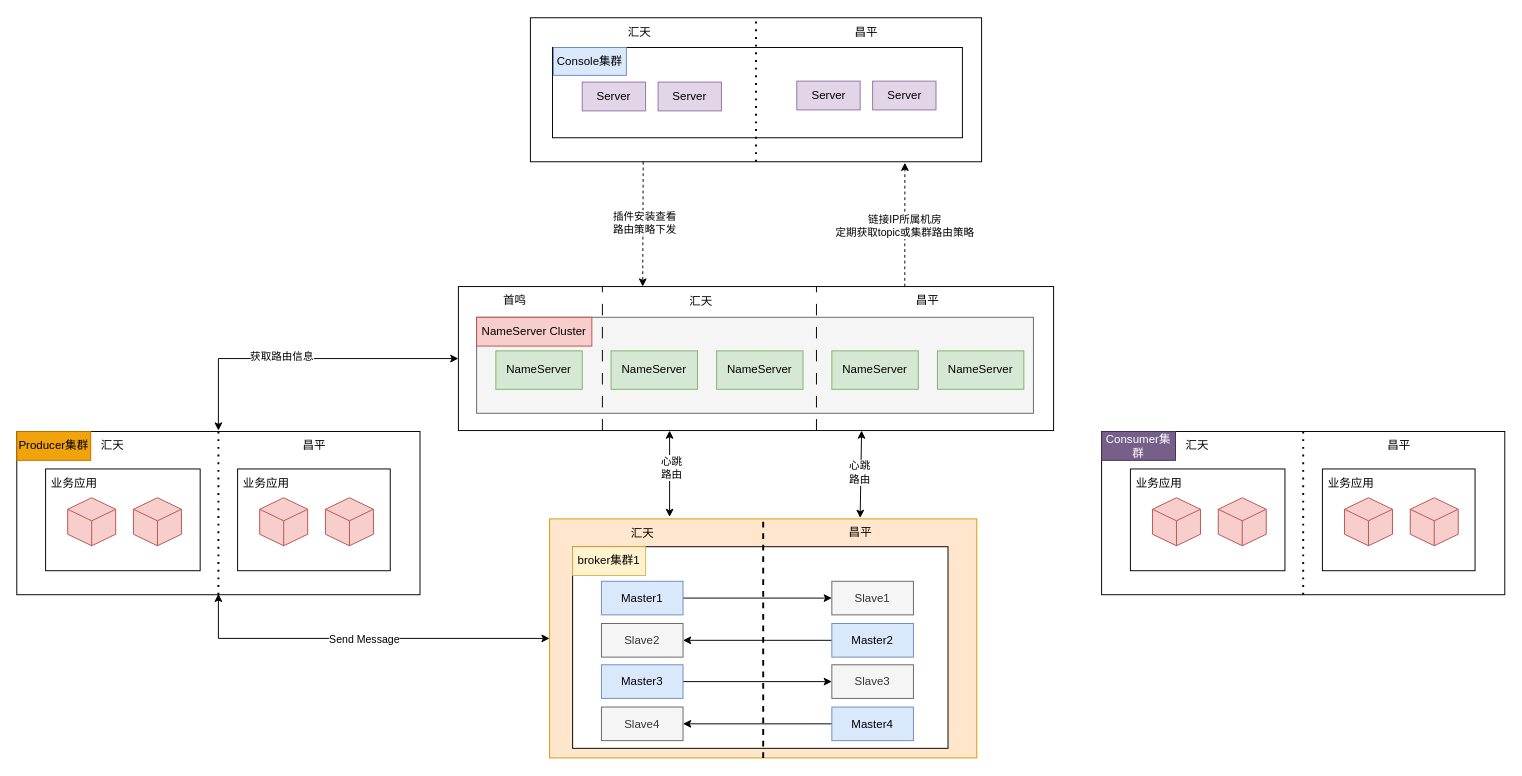
Before: RMQ NameSrv控制多活.drawio in qiangyin/zipkin-server, a draw.io diagram. Source tidied: cells renumbered, new cells numbered last; positions are measured from the earlier drawing's top-left corner, leaving out a move shared by most shapes. Both pictures are drawn from the tidied source at 96%, with x=0, y=0 at pixel (16, 17).
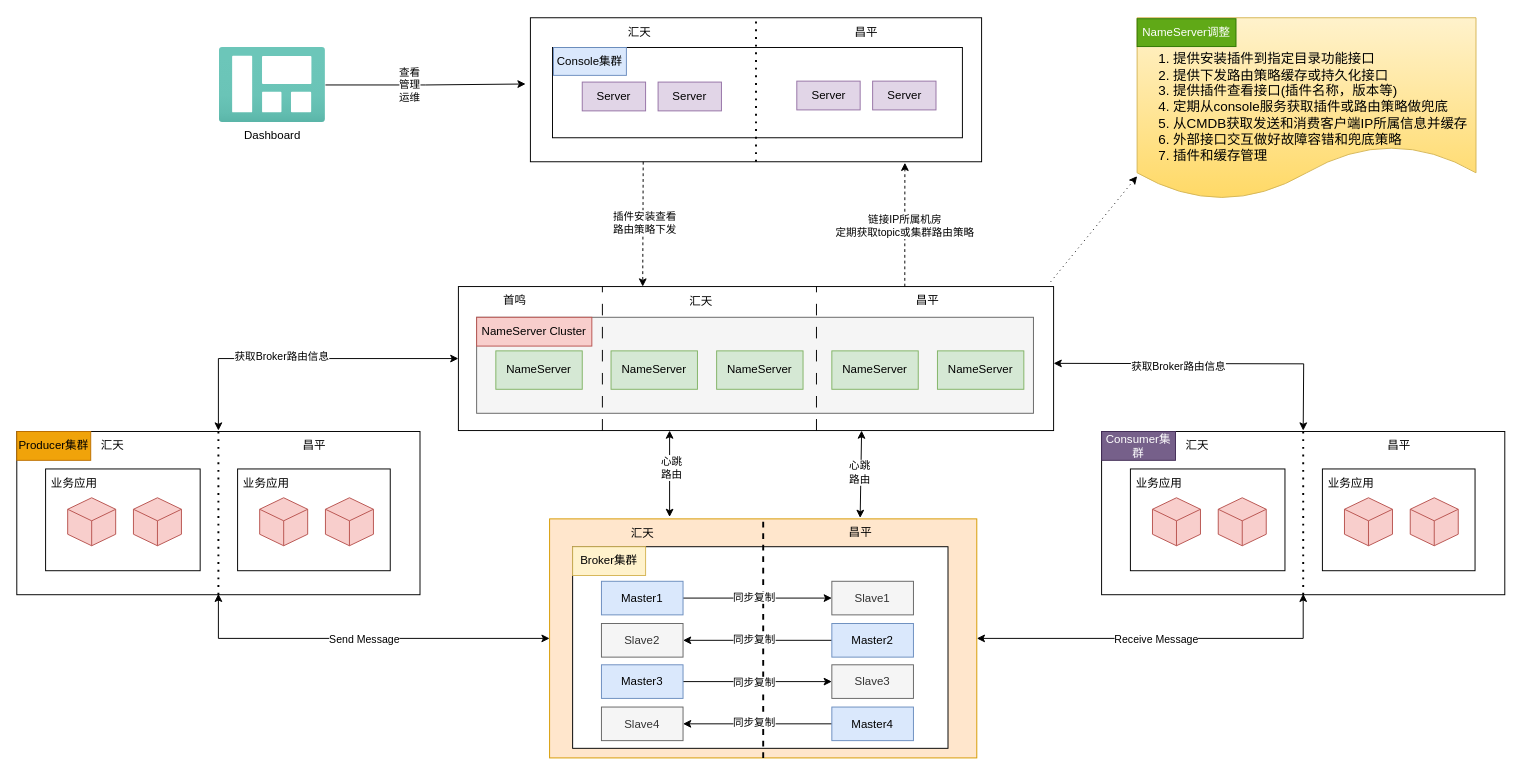
Above is the later version.

Commit message (it also covers changes not shown here):
更新RMQ NameSrv控制多活.drawio

The change refers to these unchanged cells:
```xml
<mxCell id="14" style="rounded=0;whiteSpace=wrap;html=1;fillColor=#ffe6cc;strokeColor=#d79b00;" parent="1" vertex="1">
  <mxGeometry x="555" y="522" width="445" height="249" as="geometry" />
</mxCell>
<mxCell id="19" style="edgeStyle=orthogonalEdgeStyle;rounded=0;jettySize=auto;html=1;exitX=1;exitY=0.5;exitDx=0;exitDy=0;entryX=0;entryY=0.5;entryDx=0;entryDy=0;" parent="1" edge="1" source="20" target="21">
  <mxGeometry relative="1" as="geometry" />
</mxCell>
<mxCell id="23" style="edgeStyle=orthogonalEdgeStyle;rounded=0;jettySize=auto;html=1;" parent="1" edge="1" source="24" target="22">
  <mxGeometry relative="1" as="geometry" />
</mxCell>
<mxCell id="55" style="edgeStyle=orthogonalEdgeStyle;rounded=0;jettySize=auto;html=1;exitX=1;exitY=0.5;exitDx=0;exitDy=0;entryX=0;entryY=0.5;entryDx=0;entryDy=0;" parent="1" edge="1" source="56" target="57">
  <mxGeometry relative="1" as="geometry" />
</mxCell>
<mxCell id="59" style="edgeStyle=orthogonalEdgeStyle;rounded=0;jettySize=auto;html=1;" parent="1" edge="1" source="60" target="58">
  <mxGeometry relative="1" as="geometry" />
</mxCell>
<mxCell id="65" style="endArrow=classic;startArrow=classic;html=1;rounded=0;entryX=0;entryY=0.5;entryDx=0;entryDy=0;edgeStyle=orthogonalEdgeStyle;" parent="1" edge="1" target="3">
  <mxGeometry relative="1" as="geometry">
    <mxPoint x="210" y="430" as="sourcePoint" />
    <Array as="points">
      <mxPoint x="210" y="355" />
    </Array>
  </mxGeometry>
</mxCell>
```

Change to the diagram source:
```diff
@@
+    <mxCell id="82" value="同步复制" style="edgeLabel;html=1;align=center;verticalAlign=middle;" parent="19" vertex="1">
+      <mxGeometry x="-0.06" y="1" relative="1" as="geometry" />
+    </mxCell>
@@
+    <mxCell id="83" value="同步复制" style="edgeLabel;html=1;align=center;verticalAlign=middle;" parent="23" vertex="1">
+      <mxGeometry x="0.06" y="-1" relative="1" as="geometry" />
+    </mxCell>
@@
-    <mxCell id="25" value="broker集群1" style="text;html=1;strokeColor=#d6b656;fillColor=#fff2cc;align=center;verticalAlign=middle;whiteSpace=wrap;rounded=0;" parent="1" vertex="1">
+    <mxCell id="25" value="Broker集群" style="text;html=1;strokeColor=#d6b656;fillColor=#fff2cc;align=center;verticalAlign=middle;whiteSpace=wrap;rounded=0;" parent="1" vertex="1">
       <mxGeometry x="579" y="551" width="76" height="30" as="geometry" />
     </mxCell>
@@
+    <mxCell id="84" value="同步复制" style="edgeLabel;html=1;align=center;verticalAlign=middle;" parent="55" vertex="1">
+      <mxGeometry x="-0.09" y="-1" relative="1" as="geometry">
+        <mxPoint x="2" as="offset" />
+      </mxGeometry>
+    </mxCell>
@@
+    <mxCell id="85" value="同步复制" style="edgeLabel;html=1;align=center;verticalAlign=middle;" parent="59" vertex="1">
+      <mxGeometry x="0.06" y="-2" relative="1" as="geometry" />
+    </mxCell>
@@
-    <mxCell id="66" value="获取路由信息" style="edgeLabel;html=1;align=center;verticalAlign=middle;" parent="65" vertex="1">
+    <mxCell id="66" value="获取Broker路由信息" style="edgeLabel;html=1;align=center;verticalAlign=middle;" parent="65" vertex="1">
       <mxGeometry x="-0.14" y="3" relative="1" as="geometry" />
     </mxCell>
@@
+    <mxCell id="86" style="endArrow=classic;startArrow=classic;html=1;rounded=0;edgeStyle=orthogonalEdgeStyle;" parent="1" edge="1">
+      <mxGeometry relative="1" as="geometry">
+        <mxPoint x="1080" y="360" as="sourcePoint" />
+        <mxPoint x="1340" y="430" as="targetPoint" />
+      </mxGeometry>
+    </mxCell>
+    <mxCell id="87" value="获取Broker路由信息" style="edgeLabel;html=1;align=center;verticalAlign=middle;" parent="86" vertex="1">
+      <mxGeometry x="-0.21" y="-2" relative="1" as="geometry" />
+    </mxCell>
+    <mxCell id="88" style="endArrow=classic;startArrow=classic;html=1;rounded=0;exitX=1;exitY=0.5;exitDx=0;exitDy=0;edgeStyle=orthogonalEdgeStyle;" parent="1" edge="1" source="14">
+      <mxGeometry relative="1" as="geometry">
+        <mxPoint x="1340" y="600" as="targetPoint" />
+        <Array as="points">
+          <mxPoint x="1340" y="647" />
+        </Array>
+      </mxGeometry>
+    </mxCell>
+    <mxCell id="89" value="Receive Message" style="edgeLabel;html=1;align=center;verticalAlign=middle;" parent="88" vertex="1">
+      <mxGeometry x="-0.04" y="-1" relative="1" as="geometry" />
+    </mxCell>
+    <mxCell id="90" style="edgeStyle=orthogonalEdgeStyle;rounded=0;jettySize=auto;html=1;" parent="1" edge="1" source="92">
+      <mxGeometry relative="1" as="geometry">
+        <mxPoint x="530" y="69" as="targetPoint" />
+      </mxGeometry>
+    </mxCell>
+    <mxCell id="91" value="查看&lt;br&gt;管理&lt;br&gt;运维" style="edgeLabel;html=1;align=center;verticalAlign=middle;" parent="90" vertex="1">
+      <mxGeometry x="-0.17" y="1" relative="1" as="geometry" />
+    </mxCell>
+    <mxCell id="92" value="Dashboard" style="image;html=1;points=[];align=center;fontSize=12;image=img/lib/azure2/general/Dashboard.svg;" parent="1" vertex="1">
+      <mxGeometry x="211" y="31" width="110.5" height="78" as="geometry" />
+    </mxCell>
+    <mxCell id="93" value="&lt;div&gt;&lt;br&gt;&lt;/div&gt;" style="shape=document;whiteSpace=wrap;html=1;boundedLbl=1;align=left;fillColor=#fff2cc;strokeColor=#d6b656;gradientColor=#ffd966;" parent="1" vertex="1">
+      <mxGeometry x="1167" width="353" height="190" as="geometry" />
+    </mxCell>
+    <mxCell id="94" style="endArrow=classic;html=1;rounded=0;dashed=1;dashPattern=1 4;" parent="1" edge="1">
+      <mxGeometry relative="1" as="geometry">
+        <mxPoint x="1077" y="275" as="sourcePoint" />
+        <mxPoint x="1167" y="165" as="targetPoint" />
+      </mxGeometry>
+    </mxCell>
+    <mxCell id="95" value="NameServer调整" style="text;html=1;align=center;verticalAlign=middle;whiteSpace=wrap;rounded=0;fillColor=#60a917;fontColor=#ffffff;strokeColor=#2D7600;" parent="1" vertex="1">
+      <mxGeometry x="1167" y="1" width="103" height="29" as="geometry" />
+    </mxCell>
+    <mxCell id="96" value="&lt;h1 style=&quot;margin-top: 0px;&quot;&gt;&lt;br&gt;&lt;/h1&gt;" style="text;html=1;whiteSpace=wrap;overflow=hidden;rounded=0;" parent="1" vertex="1">
+      <mxGeometry x="1183" y="45" width="180" height="120" as="geometry" />
+    </mxCell>
+    <mxCell id="97" value="&lt;ol style=&quot;font-size: 14px;&quot;&gt;&lt;li&gt;提供安装插件到指定目录功能接口&lt;/li&gt;&lt;li&gt;提供下发路由策略缓存或持久化接口&lt;/li&gt;&lt;li&gt;提供插件查看接口(插件名称，版本等)&lt;/li&gt;&lt;li&gt;定期从console服务获取插件或路由策略做兜底&lt;/li&gt;&lt;li&gt;从CMDB获取发送和消费客户端IP所属信息并缓存&lt;/li&gt;&lt;li&gt;外部接口交互做好故障容错和兜底策略&lt;/li&gt;&lt;li&gt;插件和缓存管理&lt;/li&gt;&lt;/ol&gt;" style="text;html=1;align=left;verticalAlign=middle;whiteSpace=wrap;rounded=0;" parent="1" vertex="1">
+      <mxGeometry x="1163" y="35" width="353" height="115" as="geometry" />
+    </mxCell>
```
